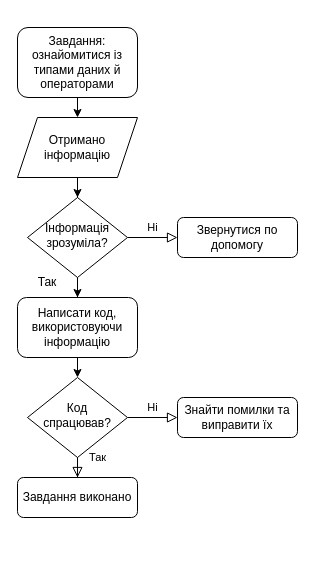
RomanSeniv2005/Ai-13-4-epic1 keeps this draw.io diagram as page "Page-1" (1 of 8) of Діаграма без назви.drawio. Above is the earlier version. Source tidied: cells renumbered, new cells numbered last; positions are measured from the earlier drawing's top-left corner, leaving out a move shared by most shapes. Both pictures are drawn from the tidied source at 100%, with x=0, y=0 at pixel (17, 27).
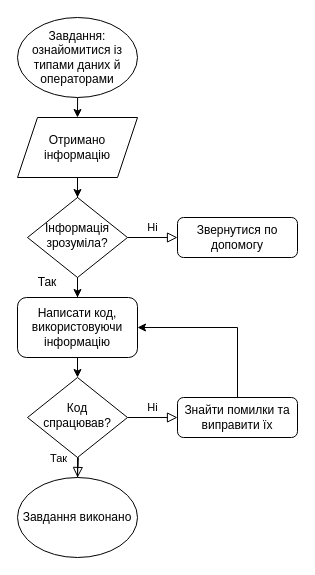
Above is the later version.

Unchanged cells that the change refers to:
```xml
<mxCell id="10" value="Код спрацював?" style="rhombus;whiteSpace=wrap;html=1;shadow=0;fontFamily=Helvetica;fontSize=12;align=center;strokeWidth=1;spacing=6;spacingTop=-4;" parent="1" vertex="1">
  <mxGeometry x="10" y="350" width="100" height="80" as="geometry" />
</mxCell>
<mxCell id="12" value="Знайти помилки та виправити їх" style="rounded=1;whiteSpace=wrap;html=1;fontSize=12;glass=0;strokeWidth=1;shadow=0;" parent="1" vertex="1">
  <mxGeometry x="160" y="370" width="120" height="40" as="geometry" />
</mxCell>
<mxCell id="16" value="Написати код, використовуючи інформацію" style="rounded=1;whiteSpace=wrap;html=1;" parent="1" vertex="1">
  <mxGeometry y="270" width="120" height="60" as="geometry" />
</mxCell>
```

The edit, as a diff of the source:
```diff
@@
-    <mxCell id="2" style="edgeStyle=orthogonalEdgeStyle;rounded=0;jettySize=auto;html=1;entryX=0.5;entryY=0;entryDx=0;entryDy=0;" parent="1" edge="1" source="3">
+    <mxCell id="2" style="edgeStyle=orthogonalEdgeStyle;rounded=0;orthogonalLoop=1;jettySize=auto;html=1;entryX=0.5;entryY=0;entryDx=0;entryDy=0;" parent="1" edge="1">
       <mxGeometry relative="1" as="geometry">
+        <mxPoint x="60.1" y="70" as="sourcePoint" />
         <mxPoint x="60" y="90" as="targetPoint" />
       </mxGeometry>
     </mxCell>
-    <mxCell id="3" value="Завдання: ознайомитися із типами даних й операторами" style="rounded=1;whiteSpace=wrap;html=1;fontSize=12;glass=0;strokeWidth=1;shadow=0;" parent="1" vertex="1">
-      <mxGeometry width="120" height="70" as="geometry" />
-    </mxCell>
@@
-    <mxCell id="8" value="Так" style="rounded=0;html=1;jettySize=auto;fontSize=11;endArrow=block;endFill=0;endSize=8;strokeWidth=1;shadow=0;labelBackgroundColor=none;edgeStyle=orthogonalEdgeStyle;" parent="1" edge="1" source="10" target="11">
-      <mxGeometry x="0.33" y="20" relative="1" as="geometry" />
+    <mxCell id="8" value="Так" style="rounded=0;html=1;jettySize=auto;fontSize=11;endArrow=block;endFill=0;endSize=8;strokeWidth=1;shadow=0;labelBackgroundColor=none;edgeStyle=orthogonalEdgeStyle;" parent="1" edge="1" source="10">
+      <mxGeometry x="0.33" y="20" relative="1" as="geometry">
+        <mxPoint x="60.1" y="450" as="targetPoint" />
+      </mxGeometry>
     </mxCell>
@@
-    <mxCell id="11" value="Завдання виконано" style="rounded=1;whiteSpace=wrap;html=1;fontSize=12;glass=0;strokeWidth=1;shadow=0;" parent="1" vertex="1">
-      <mxGeometry y="450" width="120" height="40" as="geometry" />
-    </mxCell>
+    <mxCell id="18" style="edgeStyle=orthogonalEdgeStyle;rounded=0;jettySize=auto;html=1;entryX=1;entryY=0.5;entryDx=0;entryDy=0;" parent="1" edge="1" source="12" target="16">
+      <mxGeometry relative="1" as="geometry">
+        <Array as="points">
+          <mxPoint x="220" y="300" />
+        </Array>
+      </mxGeometry>
+    </mxCell>
@@
+    <mxCell id="3" value="Завдання: ознайомитися із типами даних й операторами" style="ellipse;whiteSpace=wrap;html=1;" parent="1" vertex="1">
+      <mxGeometry y="-10" width="120" height="80" as="geometry" />
+    </mxCell>
+    <mxCell id="11" value="Завдання виконано" style="ellipse;whiteSpace=wrap;html=1;" parent="1" vertex="1">
+      <mxGeometry y="450" width="120" height="80" as="geometry" />
+    </mxCell>
```
